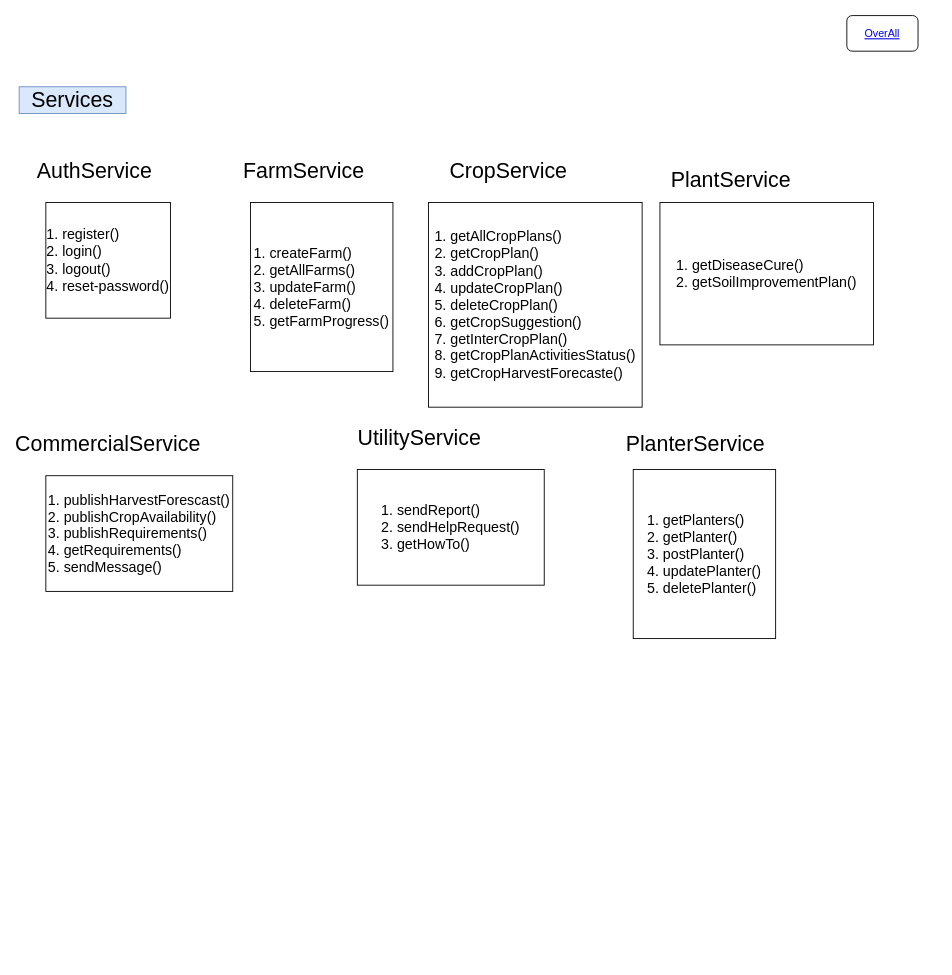
Earlier version of the draw.io diagram page "FMS-Frontend" (9 of 15) of Agroconnect.drawio (ramprasad2018/agconnect). Source tidied: cells renumbered, new cells numbered last; positions are measured from the earlier drawing's top-left corner, leaving out a move shared by most shapes. Both pictures are drawn from the tidied source at 89%, with x=0, y=0 at pixel (19, 15).
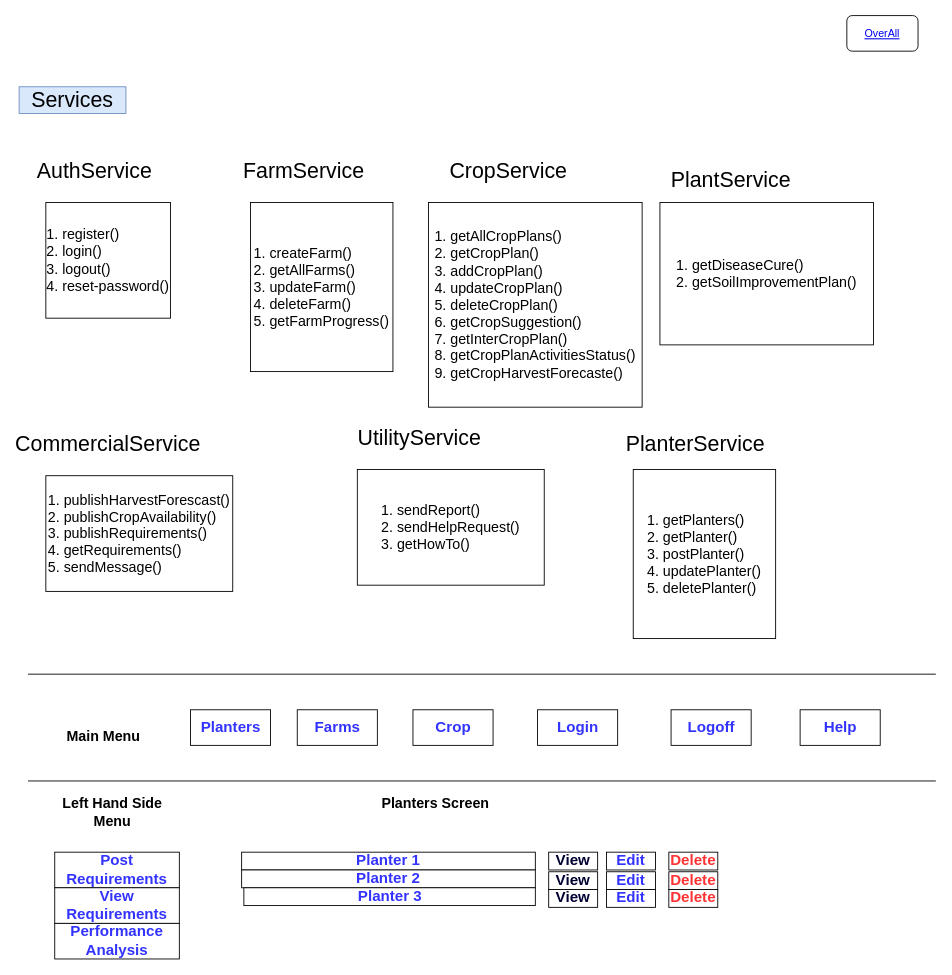
The same diagram, later.

The edit, as a diff of the source:
```diff
@@
+    <mxCell id="18" style="endArrow=none;html=1;rounded=0;" parent="1" edge="1">
+      <mxGeometry relative="1" as="geometry">
+        <mxPoint x="10" y="740" as="sourcePoint" />
+        <mxPoint x="1030" y="740" as="targetPoint" />
+      </mxGeometry>
+    </mxCell>
+    <mxCell id="19" value="&lt;b&gt;&lt;font color=&quot;#3333ff&quot; style=&quot;font-size: 17px;&quot;&gt;Planters&lt;/font&gt;&lt;/b&gt;" style="rounded=0;whiteSpace=wrap;html=1;" parent="1" vertex="1">
+      <mxGeometry x="192.5" y="780" width="90" height="40" as="geometry" />
+    </mxCell>
+    <mxCell id="20" value="&lt;b&gt;&lt;font color=&quot;#3333ff&quot; style=&quot;font-size: 17px;&quot;&gt;Farms&lt;/font&gt;&lt;/b&gt;" style="rounded=0;whiteSpace=wrap;html=1;" parent="1" vertex="1">
+      <mxGeometry x="312.5" y="780" width="90" height="40" as="geometry" />
+    </mxCell>
+    <mxCell id="21" value="&lt;b&gt;&lt;font color=&quot;#3333ff&quot; style=&quot;font-size: 17px;&quot;&gt;Crop&lt;/font&gt;&lt;/b&gt;" style="rounded=0;whiteSpace=wrap;html=1;" parent="1" vertex="1">
+      <mxGeometry x="442.5" y="780" width="90" height="40" as="geometry" />
+    </mxCell>
+    <mxCell id="22" value="&lt;b&gt;&lt;font color=&quot;#3333ff&quot; style=&quot;font-size: 17px;&quot;&gt;Login&lt;/font&gt;&lt;/b&gt;" style="rounded=0;whiteSpace=wrap;html=1;" parent="1" vertex="1">
+      <mxGeometry x="582.5" y="780" width="90" height="40" as="geometry" />
+    </mxCell>
+    <mxCell id="23" value="&lt;span style=&quot;font-size: 17px;&quot;&gt;&lt;b&gt;&lt;font color=&quot;#3333ff&quot;&gt;Help&lt;/font&gt;&lt;/b&gt;&lt;/span&gt;" style="rounded=0;whiteSpace=wrap;html=1;" parent="1" vertex="1">
+      <mxGeometry x="877.5" y="780" width="90" height="40" as="geometry" />
+    </mxCell>
+    <mxCell id="24" value="&lt;b&gt;&lt;font color=&quot;#3333ff&quot; style=&quot;font-size: 17px;&quot;&gt;Logoff&lt;/font&gt;&lt;/b&gt;" style="rounded=0;whiteSpace=wrap;html=1;" parent="1" vertex="1">
+      <mxGeometry x="732.5" y="780" width="90" height="40" as="geometry" />
+    </mxCell>
+    <mxCell id="25" value="&lt;font style=&quot;font-size: 16px;&quot;&gt;Planters Screen&lt;/font&gt;" style="text;strokeColor=none;align=center;fillColor=none;html=1;verticalAlign=middle;whiteSpace=wrap;rounded=0;fontStyle=1;" parent="1" vertex="1">
+      <mxGeometry x="402.5" y="870" width="130" height="30" as="geometry" />
+    </mxCell>
+    <mxCell id="26" style="endArrow=none;html=1;rounded=0;" parent="1" edge="1">
+      <mxGeometry relative="1" as="geometry">
+        <mxPoint x="10" y="860" as="sourcePoint" />
+        <mxPoint x="1030" y="860" as="targetPoint" />
+      </mxGeometry>
+    </mxCell>
+    <mxCell id="27" value="&lt;font style=&quot;font-size: 16px;&quot;&gt;Main Menu&lt;/font&gt;" style="text;strokeColor=none;align=center;fillColor=none;html=1;verticalAlign=middle;whiteSpace=wrap;rounded=0;fontStyle=1;" parent="1" vertex="1">
+      <mxGeometry x="30" y="795" width="130" height="30" as="geometry" />
+    </mxCell>
+    <mxCell id="28" value="&lt;font color=&quot;#3333ff&quot;&gt;&lt;span style=&quot;font-size: 17px;&quot;&gt;&lt;b&gt;Post Requirements&lt;/b&gt;&lt;/span&gt;&lt;/font&gt;" style="rounded=0;whiteSpace=wrap;html=1;" parent="1" vertex="1">
+      <mxGeometry x="40" y="940" width="140" height="40" as="geometry" />
+    </mxCell>
+    <mxCell id="29" value="&lt;b&gt;&lt;font color=&quot;#3333ff&quot; style=&quot;font-size: 17px;&quot;&gt;View Requirements&lt;/font&gt;&lt;/b&gt;" style="rounded=0;whiteSpace=wrap;html=1;" parent="1" vertex="1">
+      <mxGeometry x="40" y="980" width="140" height="40" as="geometry" />
+    </mxCell>
+    <mxCell id="30" value="&lt;b&gt;&lt;font color=&quot;#3333ff&quot; style=&quot;font-size: 17px;&quot;&gt;Performance Analysis&lt;/font&gt;&lt;/b&gt;" style="rounded=0;whiteSpace=wrap;html=1;" parent="1" vertex="1">
+      <mxGeometry x="40" y="1020" width="140" height="40" as="geometry" />
+    </mxCell>
+    <mxCell id="31" value="&lt;b&gt;&lt;font color=&quot;#3333ff&quot; style=&quot;font-size: 17px;&quot;&gt;Planter 1&lt;/font&gt;&lt;/b&gt;" style="rounded=0;whiteSpace=wrap;html=1;" parent="1" vertex="1">
+      <mxGeometry x="250" y="940" width="330" height="20" as="geometry" />
+    </mxCell>
+    <mxCell id="32" value="&lt;b&gt;&lt;font color=&quot;#3333ff&quot; style=&quot;font-size: 17px;&quot;&gt;Planter 2&lt;/font&gt;&lt;/b&gt;" style="rounded=0;whiteSpace=wrap;html=1;" parent="1" vertex="1">
+      <mxGeometry x="250" y="960" width="330" height="20" as="geometry" />
+    </mxCell>
+    <mxCell id="33" value="&lt;b&gt;&lt;font color=&quot;#3333ff&quot; style=&quot;font-size: 17px;&quot;&gt;Planter 3&lt;/font&gt;&lt;/b&gt;" style="rounded=0;whiteSpace=wrap;html=1;" parent="1" vertex="1">
+      <mxGeometry x="252.5" y="980" width="327.5" height="20" as="geometry" />
+    </mxCell>
+    <mxCell id="34" value="&lt;span style=&quot;font-size: 17px;&quot;&gt;&lt;b style=&quot;&quot;&gt;&lt;font color=&quot;#000033&quot;&gt;View&lt;/font&gt;&lt;/b&gt;&lt;/span&gt;" style="rounded=0;whiteSpace=wrap;html=1;" parent="1" vertex="1">
+      <mxGeometry x="595" y="940" width="55" height="20" as="geometry" />
+    </mxCell>
+    <mxCell id="35" value="&lt;font color=&quot;#3333ff&quot;&gt;&lt;span style=&quot;font-size: 17px;&quot;&gt;&lt;b&gt;Edit&lt;/b&gt;&lt;/span&gt;&lt;/font&gt;" style="rounded=0;whiteSpace=wrap;html=1;" parent="1" vertex="1">
+      <mxGeometry x="660" y="940" width="55" height="20" as="geometry" />
+    </mxCell>
+    <mxCell id="36" value="&lt;span style=&quot;font-size: 17px;&quot;&gt;&lt;b style=&quot;&quot;&gt;&lt;font color=&quot;#ff3333&quot;&gt;Delete&lt;/font&gt;&lt;/b&gt;&lt;/span&gt;" style="rounded=0;whiteSpace=wrap;html=1;" parent="1" vertex="1">
+      <mxGeometry x="730" y="940" width="55" height="20" as="geometry" />
+    </mxCell>
+    <mxCell id="37" value="&lt;span style=&quot;font-size: 17px;&quot;&gt;&lt;b style=&quot;&quot;&gt;&lt;font color=&quot;#000033&quot;&gt;View&lt;/font&gt;&lt;/b&gt;&lt;/span&gt;" style="rounded=0;whiteSpace=wrap;html=1;" parent="1" vertex="1">
+      <mxGeometry x="595" y="962" width="55" height="20" as="geometry" />
+    </mxCell>
+    <mxCell id="38" value="&lt;font color=&quot;#3333ff&quot;&gt;&lt;span style=&quot;font-size: 17px;&quot;&gt;&lt;b&gt;Edit&lt;/b&gt;&lt;/span&gt;&lt;/font&gt;" style="rounded=0;whiteSpace=wrap;html=1;" parent="1" vertex="1">
+      <mxGeometry x="660" y="962" width="55" height="20" as="geometry" />
+    </mxCell>
+    <mxCell id="39" value="&lt;span style=&quot;font-size: 17px;&quot;&gt;&lt;b style=&quot;&quot;&gt;&lt;font color=&quot;#ff3333&quot;&gt;Delete&lt;/font&gt;&lt;/b&gt;&lt;/span&gt;" style="rounded=0;whiteSpace=wrap;html=1;" parent="1" vertex="1">
+      <mxGeometry x="730" y="962" width="55" height="20" as="geometry" />
+    </mxCell>
+    <mxCell id="40" value="&lt;span style=&quot;font-size: 17px;&quot;&gt;&lt;b style=&quot;&quot;&gt;&lt;font color=&quot;#000033&quot;&gt;View&lt;/font&gt;&lt;/b&gt;&lt;/span&gt;" style="rounded=0;whiteSpace=wrap;html=1;" parent="1" vertex="1">
+      <mxGeometry x="595" y="982" width="55" height="20" as="geometry" />
+    </mxCell>
+    <mxCell id="41" value="&lt;font color=&quot;#3333ff&quot;&gt;&lt;span style=&quot;font-size: 17px;&quot;&gt;&lt;b&gt;Edit&lt;/b&gt;&lt;/span&gt;&lt;/font&gt;" style="rounded=0;whiteSpace=wrap;html=1;" parent="1" vertex="1">
+      <mxGeometry x="660" y="982" width="55" height="20" as="geometry" />
+    </mxCell>
+    <mxCell id="42" value="&lt;span style=&quot;font-size: 17px;&quot;&gt;&lt;b style=&quot;&quot;&gt;&lt;font color=&quot;#ff3333&quot;&gt;Delete&lt;/font&gt;&lt;/b&gt;&lt;/span&gt;" style="rounded=0;whiteSpace=wrap;html=1;" parent="1" vertex="1">
+      <mxGeometry x="730" y="982" width="55" height="20" as="geometry" />
+    </mxCell>
+    <mxCell id="43" value="&lt;font style=&quot;font-size: 16px;&quot;&gt;Left Hand Side Menu&lt;/font&gt;" style="text;strokeColor=none;align=center;fillColor=none;html=1;verticalAlign=middle;whiteSpace=wrap;rounded=0;fontStyle=1;" parent="1" vertex="1">
+      <mxGeometry x="40" y="880" width="130" height="30" as="geometry" />
+    </mxCell>
```
